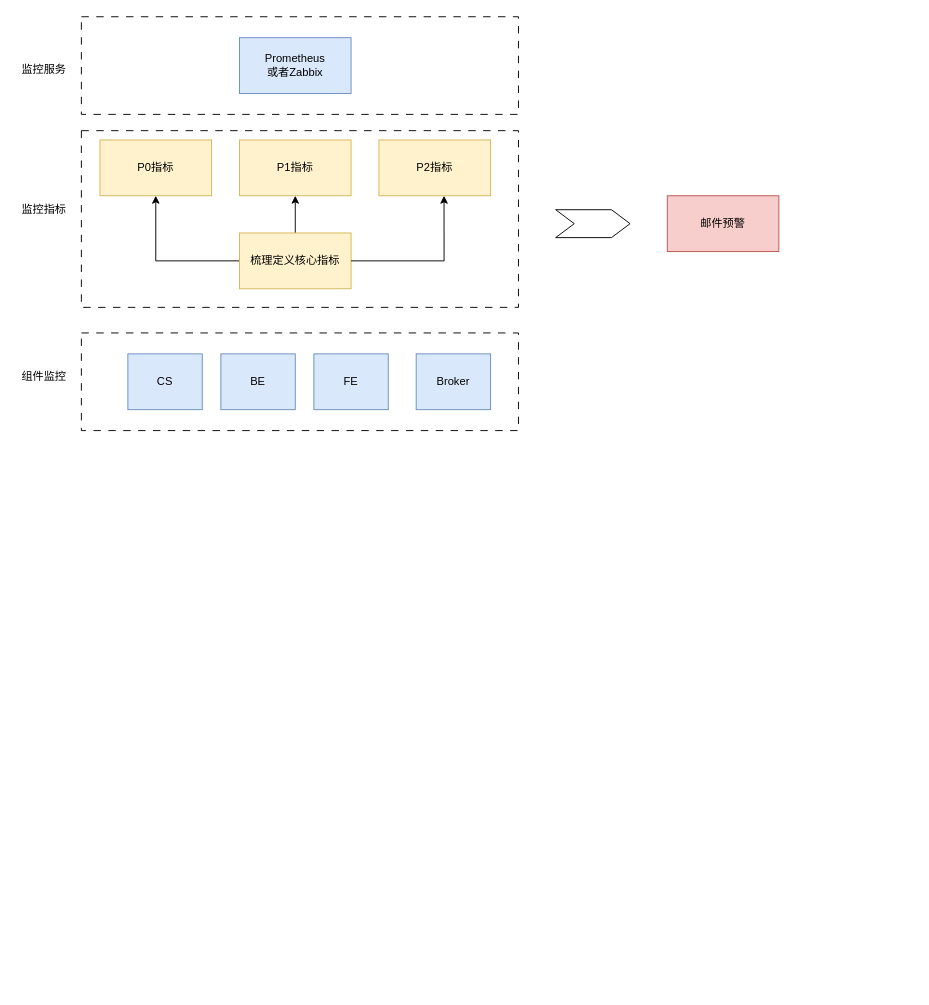
The draw.io diagram doris稳定性.drawio in DThadch/draw, before the edit. Source tidied: cells renumbered, new cells numbered last; positions are measured from the earlier drawing's top-left corner, leaving out a move shared by most shapes. Both pictures are drawn from the tidied source at 93%, with x=0, y=0 at pixel (16, 17).
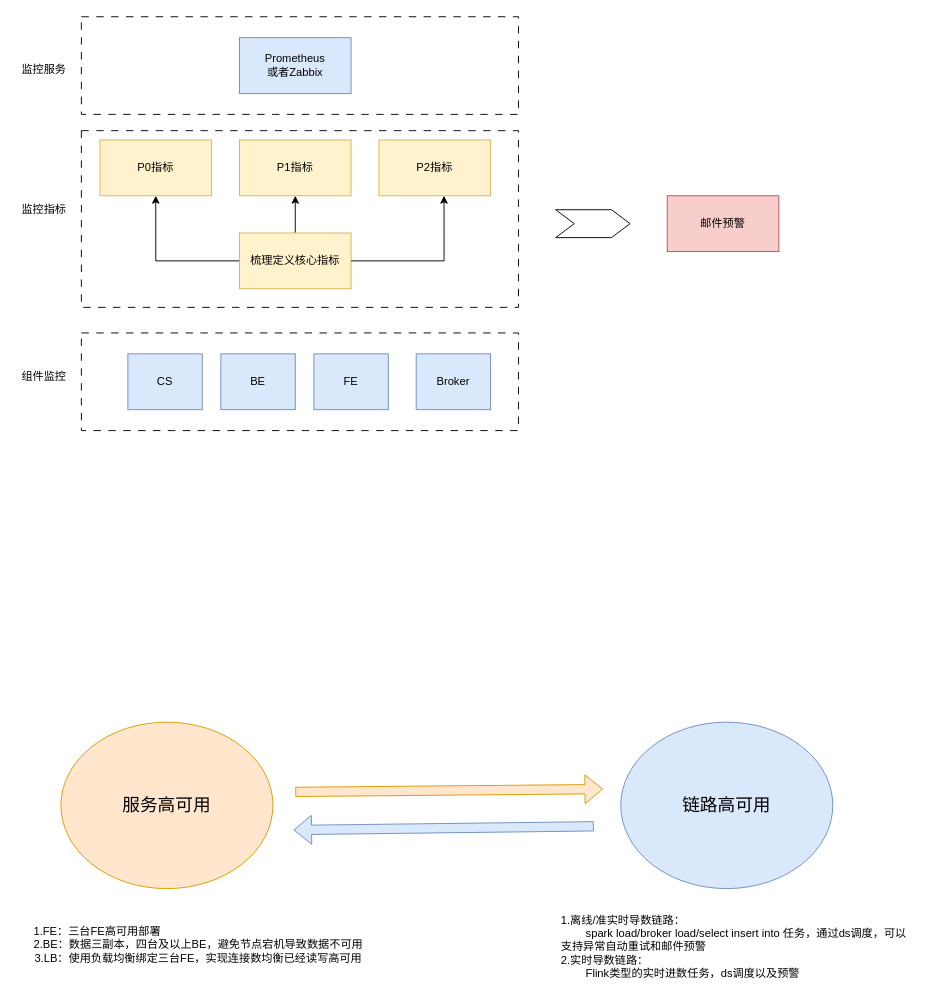
Above is the later version.

Commit message:
更新doris稳定性.drawio

What changed in the source:
```diff
@@
+    <mxCell id="22" value="&lt;font style=&quot;font-size: 19px;&quot;&gt;服务高可用&lt;/font&gt;" style="ellipse;whiteSpace=wrap;html=1;fillColor=#ffe6cc;strokeColor=#d79b00;" parent="1" vertex="1">
+      <mxGeometry x="48" y="758" width="228" height="179" as="geometry" />
+    </mxCell>
+    <mxCell id="23" value="&lt;font style=&quot;font-size: 19px;&quot;&gt;链路高可用&lt;/font&gt;" style="ellipse;whiteSpace=wrap;html=1;fillColor=#dae8fc;strokeColor=#6c8ebf;" parent="1" vertex="1">
+      <mxGeometry x="650" y="758" width="228" height="179" as="geometry" />
+    </mxCell>
+    <mxCell id="24" style="shape=flexArrow;endArrow=classic;html=1;rounded=0;fillColor=#ffe6cc;strokeColor=#d79b00;" parent="1" edge="1">
+      <mxGeometry relative="1" as="geometry">
+        <mxPoint x="300" y="833" as="sourcePoint" />
+        <mxPoint x="631" y="830" as="targetPoint" />
+      </mxGeometry>
+    </mxCell>
+    <mxCell id="25" style="shape=flexArrow;endArrow=classic;html=1;rounded=0;fillColor=#dae8fc;strokeColor=#6c8ebf;" parent="1" edge="1">
+      <mxGeometry relative="1" as="geometry">
+        <mxPoint x="621" y="870" as="sourcePoint" />
+        <mxPoint x="298" y="874" as="targetPoint" />
+      </mxGeometry>
+    </mxCell>
+    <mxCell id="26" value="&lt;div style=&quot;text-align: left;&quot;&gt;&lt;span style=&quot;background-color: initial;&quot;&gt;1.FE：三台FE高可用部署&lt;/span&gt;&lt;/div&gt;2.BE：数据三副本，四台及以上BE，避免节点宕机导致数据不可用&lt;br&gt;3.LB：使用负载均衡绑定三台FE，实现连接数均衡已经读写高可用" style="text;html=1;align=center;verticalAlign=middle;whiteSpace=wrap;rounded=0;" parent="1" vertex="1">
+      <mxGeometry x="12" y="961" width="368" height="72" as="geometry" />
+    </mxCell>
+    <mxCell id="27" value="&lt;div style=&quot;text-align: left;&quot;&gt;&lt;span style=&quot;background-color: initial;&quot;&gt;1.离线/准实时导数链路：&lt;/span&gt;&lt;/div&gt;&lt;div style=&quot;text-align: left;&quot;&gt;&lt;span style=&quot;background-color: initial;&quot;&gt;&lt;span style=&quot;white-space: pre;&quot;&gt;&#9;&lt;/span&gt;spark load/broker load/select insert into 任务，通过ds调度，可以支持异常自动重试和邮件预警&lt;/span&gt;&lt;/div&gt;&lt;div style=&quot;text-align: left;&quot;&gt;&lt;span style=&quot;background-color: initial;&quot;&gt;2.实时导数链路：&lt;/span&gt;&lt;/div&gt;&lt;div style=&quot;text-align: left;&quot;&gt;&lt;span style=&quot;background-color: initial;&quot;&gt;&lt;span style=&quot;white-space: pre;&quot;&gt;&#9;&lt;/span&gt;Flink类型的实时进数任务，ds调度以及预警&lt;br&gt;&lt;/span&gt;&lt;/div&gt;" style="text;html=1;align=center;verticalAlign=middle;whiteSpace=wrap;rounded=0;" parent="1" vertex="1">
+      <mxGeometry x="585" y="953" width="380" height="93" as="geometry" />
+    </mxCell>
```
